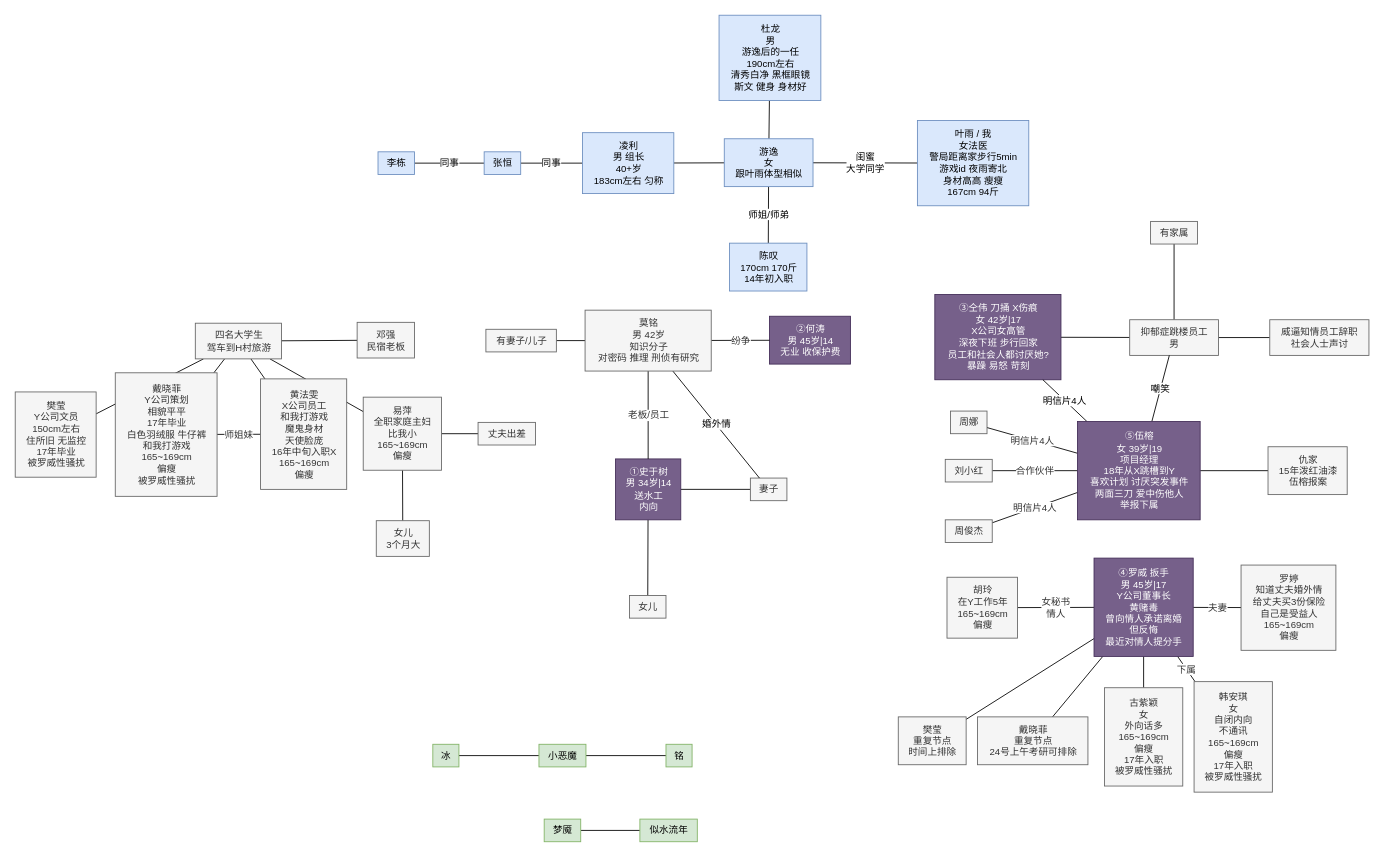
Before: page "5301" (12 of 12) of 剧本杀人物关系【总图】.drawio in luboq/draw.io, a draw.io diagram. Source tidied: cells renumbered, new cells numbered last; positions are measured from the earlier drawing's top-left corner, leaving out a move shared by most shapes. Both pictures are drawn from the tidied source at 87%, with x=0, y=0 at pixel (15, 15).
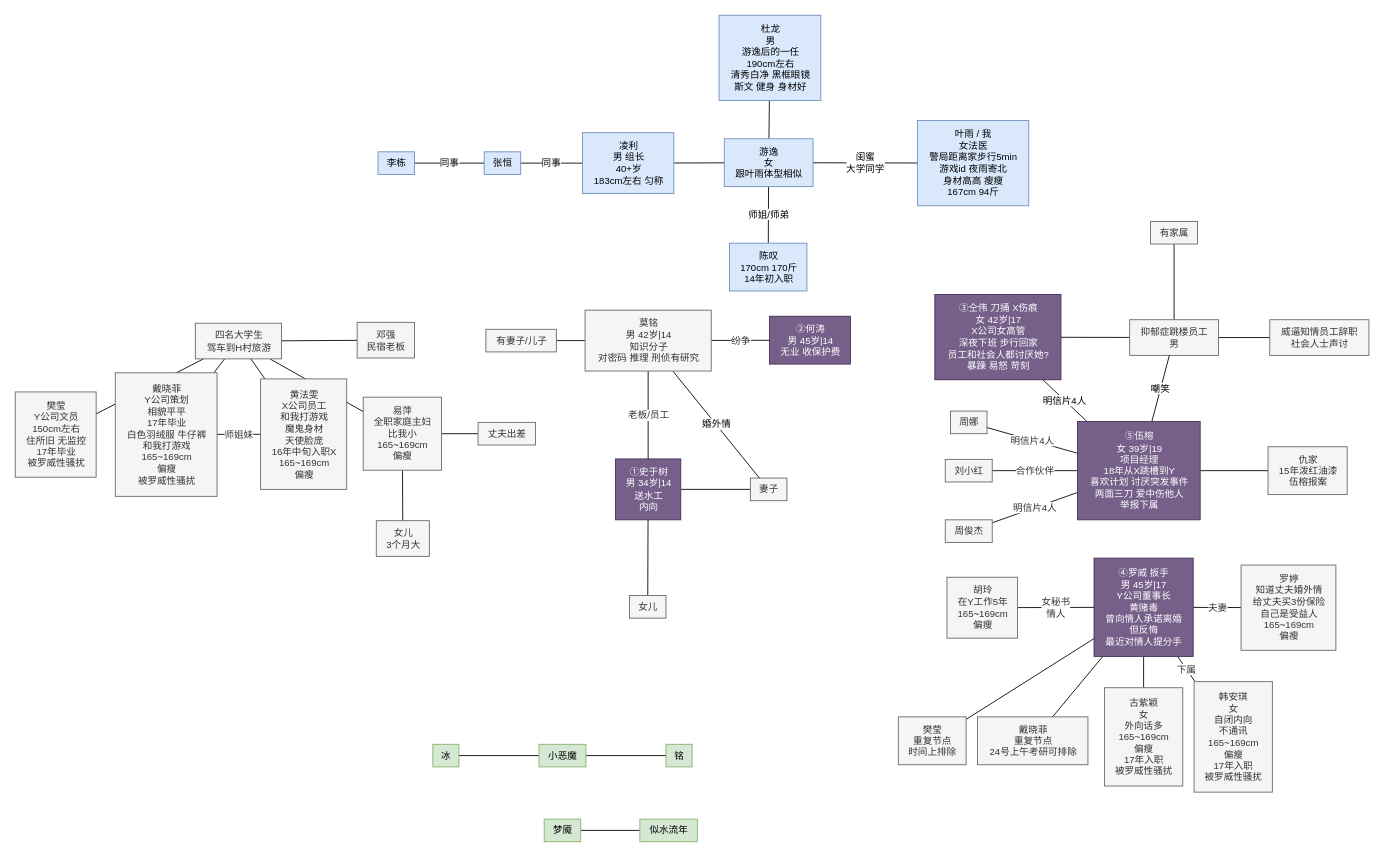
Above is the later version.

Commit message:
更新剧本杀人物关系【总图】.drawio

Change to the diagram source:
```diff
@@
-    <mxCell id="31" value="莫铭&lt;br&gt;男 42岁&lt;br&gt;知识分子&lt;br&gt;对密码 推理 刑侦有研究" style="text;html=1;align=center;verticalAlign=middle;points=[];strokeColor=#666666;fillColor=#f5f5f5;fontSize=11;fontFamily=Helvetica;fontColor=#333333;" parent="1" vertex="1">
+    <mxCell id="31" value="莫铭&lt;br&gt;男 42岁|14&lt;br&gt;知识分子&lt;br&gt;对密码 推理 刑侦有研究" style="text;html=1;align=center;verticalAlign=middle;points=[];strokeColor=#666666;fillColor=#f5f5f5;fontSize=11;fontFamily=Helvetica;fontColor=#333333;" parent="1" vertex="1">
       <mxGeometry x="655" y="339" width="145" height="70" as="geometry" />
     </mxCell>
```
